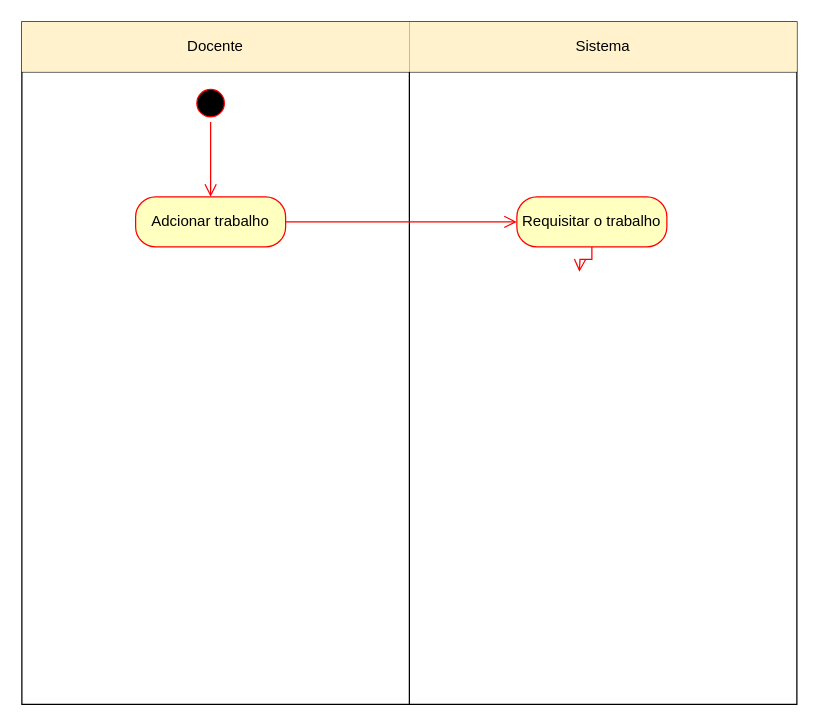
Earlier version of the draw.io diagram Diagram Atividades Docentes.drawio (CornelioPedro/TFC-Vrsion). Source tidied: cells renumbered, new cells numbered last; positions are measured from the earlier drawing's top-left corner, leaving out a move shared by most shapes. Both pictures are drawn from the tidied source at 125%, with x=0, y=0 at pixel (21, 21).
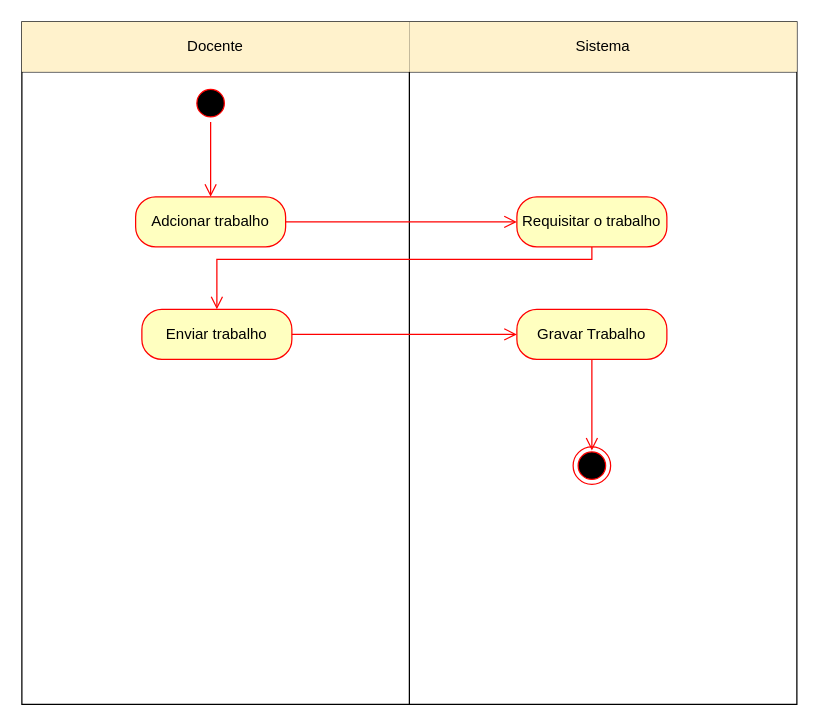
The same diagram, later.

Unchanged cells that the change refers to:
```xml
<mxCell id="13" value="Requisitar o trabalho" style="rounded=1;whiteSpace=wrap;html=1;arcSize=40;fontColor=#000000;fillColor=#ffffc0;strokeColor=#ff0000;" parent="1" vertex="1">
  <mxGeometry x="396" y="140" width="120" height="40" as="geometry" />
</mxCell>
```

Change to the diagram source:
```diff
@@
-    <mxCell id="14" style="edgeStyle=orthogonalEdgeStyle;html=1;verticalAlign=bottom;endArrow=open;endSize=8;strokeColor=#ff0000;rounded=0;" parent="1" edge="1" source="13">
+    <mxCell id="14" style="edgeStyle=orthogonalEdgeStyle;html=1;verticalAlign=bottom;endArrow=open;endSize=8;strokeColor=#ff0000;rounded=0;entryX=0.5;entryY=0;entryDx=0;entryDy=0;" parent="1" edge="1" source="13" target="15">
       <mxGeometry relative="1" as="geometry">
-        <mxPoint x="446" y="200" as="targetPoint" />
+        <Array as="points">
+          <mxPoint x="456" y="190" />
+          <mxPoint x="156" y="190" />
+        </Array>
       </mxGeometry>
     </mxCell>
+    <mxCell id="15" value="Enviar trabalho" style="rounded=1;whiteSpace=wrap;html=1;arcSize=40;fontColor=#000000;fillColor=#ffffc0;strokeColor=#ff0000;" parent="1" vertex="1">
+      <mxGeometry x="96" y="230" width="120" height="40" as="geometry" />
+    </mxCell>
+    <mxCell id="16" style="edgeStyle=orthogonalEdgeStyle;html=1;verticalAlign=bottom;endArrow=open;endSize=8;strokeColor=#ff0000;rounded=0;" parent="1" edge="1" source="15" target="17">
+      <mxGeometry relative="1" as="geometry" />
+    </mxCell>
+    <mxCell id="17" value="Gravar Trabalho" style="rounded=1;whiteSpace=wrap;html=1;arcSize=40;fontColor=#000000;fillColor=#ffffc0;strokeColor=#ff0000;" parent="1" vertex="1">
+      <mxGeometry x="396" y="230" width="120" height="40" as="geometry" />
+    </mxCell>
+    <mxCell id="18" style="edgeStyle=orthogonalEdgeStyle;html=1;verticalAlign=bottom;endArrow=open;endSize=8;strokeColor=#ff0000;rounded=0;" parent="1" edge="1" source="17">
+      <mxGeometry relative="1" as="geometry">
+        <mxPoint x="456" y="343" as="targetPoint" />
+      </mxGeometry>
+    </mxCell>
+    <mxCell id="19" style="ellipse;html=1;shape=endState;fillColor=#000000;strokeColor=#ff0000;" parent="1" vertex="1">
+      <mxGeometry x="441" y="340" width="30" height="30" as="geometry" />
+    </mxCell>
```
